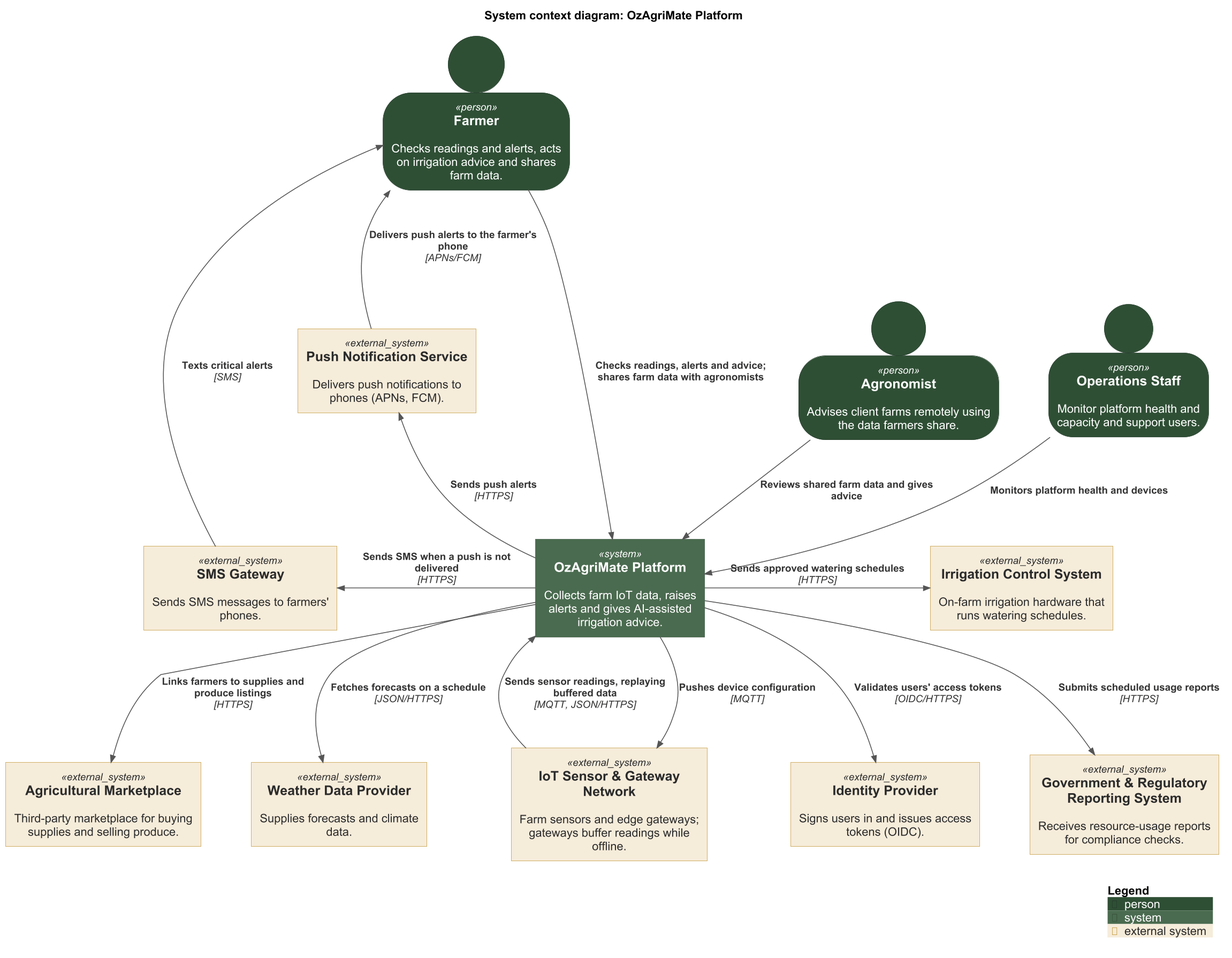
shikhar-s-7/ozagrimate-platform-G24 keeps this PlantUML diagram as docs/diagrams/system-context.png. Above is the earlier version. Source of this version:
```plantuml
@startuml system-context
!include <C4/C4_Context>
!include ozagrimate-theme.puml
SHOW_PERSON_OUTLINE()
LAYOUT_TOP_DOWN()
skinparam nodesep 60
skinparam ranksep 90
title System context diagram: OzAgriMate Platform

Person(farmer, "Farmer", "Checks readings and alerts, acts on irrigation advice and shares farm data.")
Person(agronomist, "Agronomist", "Advises client farms remotely using the data farmers share.")
Person(operationsStaff, "Operations Staff", "Monitor platform health and capacity and support users.")

System(ozAgriMate, "OzAgriMate Platform", "Collects farm IoT data, raises alerts and gives AI-assisted irrigation advice.")

System_Ext(iotNetwork, "IoT Sensor & Gateway Network", "Farm sensors and edge gateways; gateways buffer readings while offline.")
System_Ext(irrigationControl, "Irrigation Control System", "On-farm irrigation hardware that runs watering schedules.")
System_Ext(weatherProvider, "Weather Data Provider", "Supplies forecasts and climate data.")
System_Ext(identityProvider, "Identity Provider", "Signs users in and issues access tokens (OIDC).")
System_Ext(pushService, "Push Notification Service", "Delivers push notifications to phones (APNs, FCM).")
System_Ext(smsGateway, "SMS Gateway", "Sends SMS messages to farmers' phones.")
System_Ext(regulator, "Government & Regulatory Reporting System", "Receives resource-usage reports for compliance checks.")
System_Ext(marketplace, "Agricultural Marketplace", "Third-party marketplace for buying supplies and selling produce.")

Rel_D(farmer, ozAgriMate, "Checks readings, alerts and advice; shares farm data with agronomists")
Rel_D(agronomist, ozAgriMate, "Reviews shared farm data and gives advice")
Rel_D(operationsStaff, ozAgriMate, "Monitors platform health and devices")
Rel_U(iotNetwork, ozAgriMate, "Sends sensor readings, replaying buffered data", "MQTT, JSON/HTTPS")
Rel_D(ozAgriMate, iotNetwork, "Pushes device configuration", "MQTT")
Rel_D(ozAgriMate, weatherProvider, "Fetches forecasts on a schedule", "JSON/HTTPS")
Rel_D(ozAgriMate, identityProvider, "Validates users' access tokens", "OIDC/HTTPS")
Rel_L(ozAgriMate, pushService, "Sends push alerts", "HTTPS")
Rel_L(ozAgriMate, smsGateway, "Sends SMS when a push is not delivered", "HTTPS")
Rel_U(pushService, farmer, "Delivers push alerts to the farmer's phone", "APNs/FCM")
Rel_U(smsGateway, farmer, "Texts critical alerts", "SMS")
Rel_R(ozAgriMate, irrigationControl, "Sends approved watering schedules", "HTTPS")
Rel_D(ozAgriMate, regulator, "Submits scheduled usage reports", "HTTPS")
Rel_D(ozAgriMate, marketplace, "Links farmers to supplies and produce listings", "HTTPS")

Lay_R(farmer, agronomist)
Lay_R(agronomist, operationsStaff)
Lay_D(pushService, smsGateway)
Lay_R(weatherProvider, iotNetwork)
Lay_R(iotNetwork, identityProvider)
Lay_R(identityProvider, regulator)
Lay_R(marketplace, weatherProvider)
SHOW_LEGEND(false)
@enduml
```
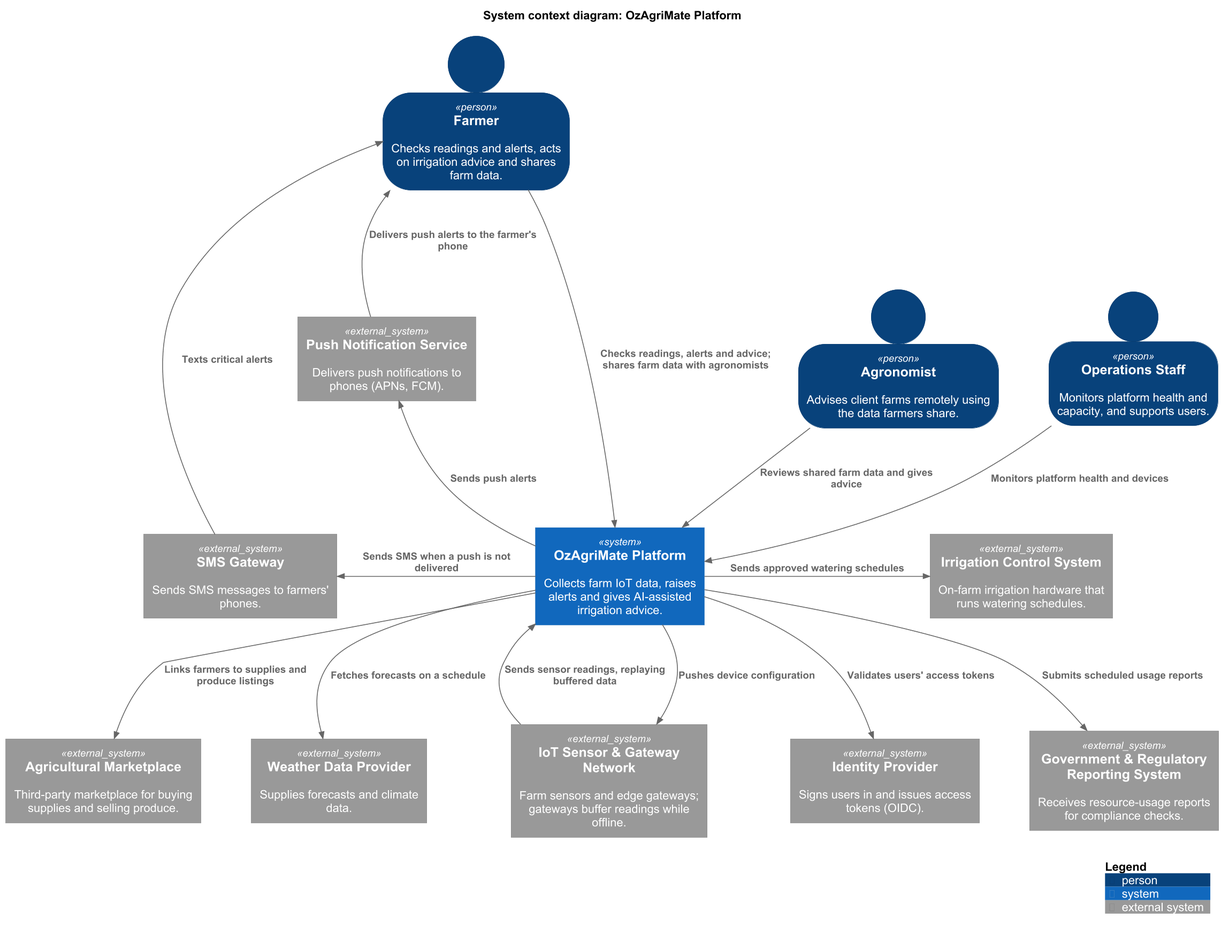
The same file after the commit.

The edit, as a diff of the source:
```diff
@@ -1,6 +1,8 @@
 @startuml system-context
 !include <C4/C4_Context>
-!include ozagrimate-theme.puml
+skinparam dpi 150
+skinparam wrapWidth 220
+skinparam defaultFontName Arial
 SHOW_PERSON_OUTLINE()
 LAYOUT_TOP_DOWN()
 skinparam nodesep 60
@@ -9,7 +11,7 @@
 
 Person(farmer, "Farmer", "Checks readings and alerts, acts on irrigation advice and shares farm data.")
 Person(agronomist, "Agronomist", "Advises client farms remotely using the data farmers share.")
-Person(operationsStaff, "Operations Staff", "Monitor platform health and capacity and support users.")
+Person(operationsStaff, "Operations Staff", "Monitors platform health and capacity, and supports users.")
 
 System(ozAgriMate, "OzAgriMate Platform", "Collects farm IoT data, raises alerts and gives AI-assisted irrigation advice.")
 
@@ -25,17 +27,17 @@
 Rel_D(farmer, ozAgriMate, "Checks readings, alerts and advice; shares farm data with agronomists")
 Rel_D(agronomist, ozAgriMate, "Reviews shared farm data and gives advice")
 Rel_D(operationsStaff, ozAgriMate, "Monitors platform health and devices")
-Rel_U(iotNetwork, ozAgriMate, "Sends sensor readings, replaying buffered data", "MQTT, JSON/HTTPS")
-Rel_D(ozAgriMate, iotNetwork, "Pushes device configuration", "MQTT")
-Rel_D(ozAgriMate, weatherProvider, "Fetches forecasts on a schedule", "JSON/HTTPS")
-Rel_D(ozAgriMate, identityProvider, "Validates users' access tokens", "OIDC/HTTPS")
-Rel_L(ozAgriMate, pushService, "Sends push alerts", "HTTPS")
-Rel_L(ozAgriMate, smsGateway, "Sends SMS when a push is not delivered", "HTTPS")
-Rel_U(pushService, farmer, "Delivers push alerts to the farmer's phone", "APNs/FCM")
-Rel_U(smsGateway, farmer, "Texts critical alerts", "SMS")
-Rel_R(ozAgriMate, irrigationControl, "Sends approved watering schedules", "HTTPS")
-Rel_D(ozAgriMate, regulator, "Submits scheduled usage reports", "HTTPS")
-Rel_D(ozAgriMate, marketplace, "Links farmers to supplies and produce listings", "HTTPS")
+Rel_U(iotNetwork, ozAgriMate, "Sends sensor readings, replaying buffered data")
+Rel_D(ozAgriMate, iotNetwork, "Pushes device configuration")
+Rel_D(ozAgriMate, weatherProvider, "Fetches forecasts on a schedule")
+Rel_D(ozAgriMate, identityProvider, "Validates users' access tokens")
+Rel_L(ozAgriMate, pushService, "Sends push alerts")
+Rel_L(ozAgriMate, smsGateway, "Sends SMS when a push is not delivered")
+Rel_U(pushService, farmer, "Delivers push alerts to the farmer's phone")
+Rel_U(smsGateway, farmer, "Texts critical alerts")
+Rel_R(ozAgriMate, irrigationControl, "Sends approved watering schedules")
+Rel_D(ozAgriMate, regulator, "Submits scheduled usage reports")
+Rel_D(ozAgriMate, marketplace, "Links farmers to supplies and produce listings")
 
 Lay_R(farmer, agronomist)
 Lay_R(agronomist, operationsStaff)
```
